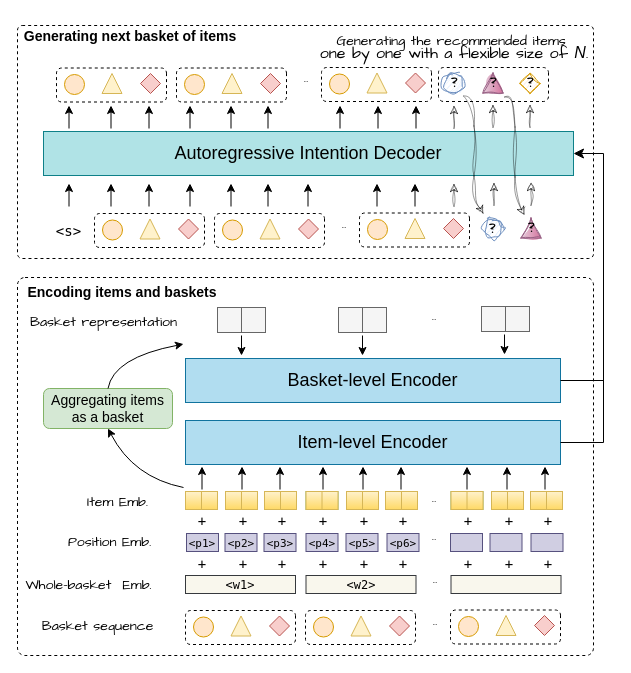
The draw.io diagram architect.drawio in wenqisun/data, before the edit. Source tidied: cells renumbered, new cells numbered last; positions are measured from the earlier drawing's top-left corner, leaving out a move shared by most shapes. Both pictures are drawn from the tidied source at 100%, with x=0, y=0 at pixel (17, 17).
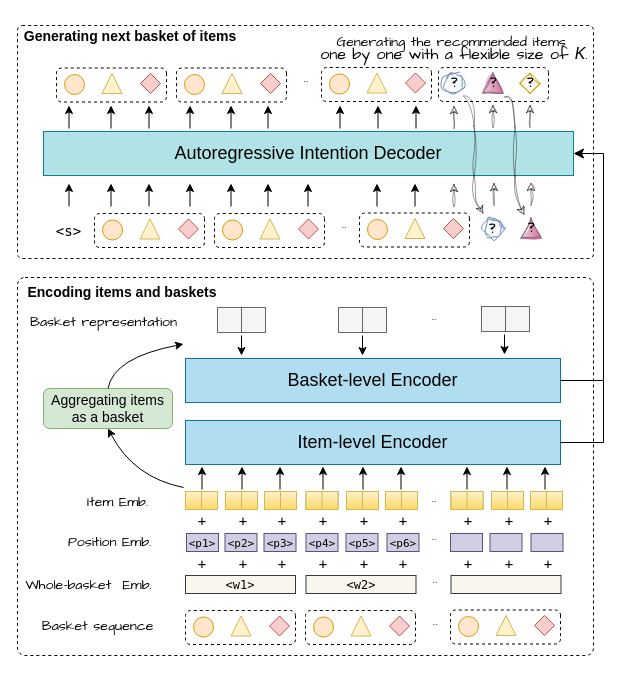
After the change.

The edit, as a diff of the source:
```diff
@@
-    <mxCell id="164" value="&lt;p style=&quot;line-height: 0%;&quot;&gt;&lt;font style=&quot;font-size: 14px;&quot;&gt;&lt;font face=&quot;Comic Sans MS&quot;&gt;Generating the recommended&amp;nbsp;&lt;/font&gt;&lt;font style=&quot;background-color: initial;&quot; face=&quot;Comic Sans MS&quot;&gt;items&amp;nbsp;&lt;/font&gt;&lt;/font&gt;&lt;/p&gt;&lt;p style=&quot;line-height: 0%;&quot;&gt;&lt;font size=&quot;3&quot;&gt;&lt;span style=&quot;background-color: initial; font-family: &amp;quot;Comic Sans MS&amp;quot;;&quot;&gt;one by one&amp;nbsp;&lt;/span&gt;&lt;span style=&quot;background-color: initial; font-family: &amp;quot;Comic Sans MS&amp;quot;;&quot;&gt;with a flexible size of &lt;/span&gt;&lt;i style=&quot;background-color: initial;&quot;&gt;N&lt;/i&gt;&lt;span style=&quot;background-color: initial; font-family: &amp;quot;Comic Sans MS&amp;quot;;&quot;&gt;.&lt;/span&gt;&lt;/font&gt;&lt;/p&gt;" style="text;strokeColor=none;align=center;fillColor=none;html=1;verticalAlign=middle;whiteSpace=wrap;rounded=0;dashed=1;" parent="1" vertex="1">
-      <mxGeometry x="295" width="284" height="58" as="geometry" />
+    <mxCell id="164" value="&lt;p style=&quot;line-height: 0%;&quot;&gt;&lt;font style=&quot;font-size: 14px;&quot;&gt;&lt;font face=&quot;Comic Sans MS&quot;&gt;Generating the recommended&amp;nbsp;&lt;/font&gt;&lt;font style=&quot;background-color: initial;&quot; face=&quot;Comic Sans MS&quot;&gt;items&amp;nbsp;&lt;/font&gt;&lt;/font&gt;&lt;/p&gt;&lt;p style=&quot;line-height: 0%;&quot;&gt;&lt;font size=&quot;3&quot;&gt;&lt;span style=&quot;background-color: initial; font-family: &amp;quot;Comic Sans MS&amp;quot;;&quot;&gt;one by one&amp;nbsp;&lt;/span&gt;&lt;span style=&quot;background-color: initial; font-family: &amp;quot;Comic Sans MS&amp;quot;;&quot;&gt;with a flexible size of &lt;/span&gt;&lt;i style=&quot;background-color: initial;&quot;&gt;K&lt;/i&gt;&lt;span style=&quot;background-color: initial; font-family: &amp;quot;Comic Sans MS&amp;quot;;&quot;&gt;.&lt;/span&gt;&lt;/font&gt;&lt;/p&gt;" style="text;strokeColor=none;align=center;fillColor=none;html=1;verticalAlign=middle;whiteSpace=wrap;rounded=0;dashed=1;" parent="1" vertex="1">
+      <mxGeometry x="295" width="284" height="60" as="geometry" />
     </mxCell>
```
